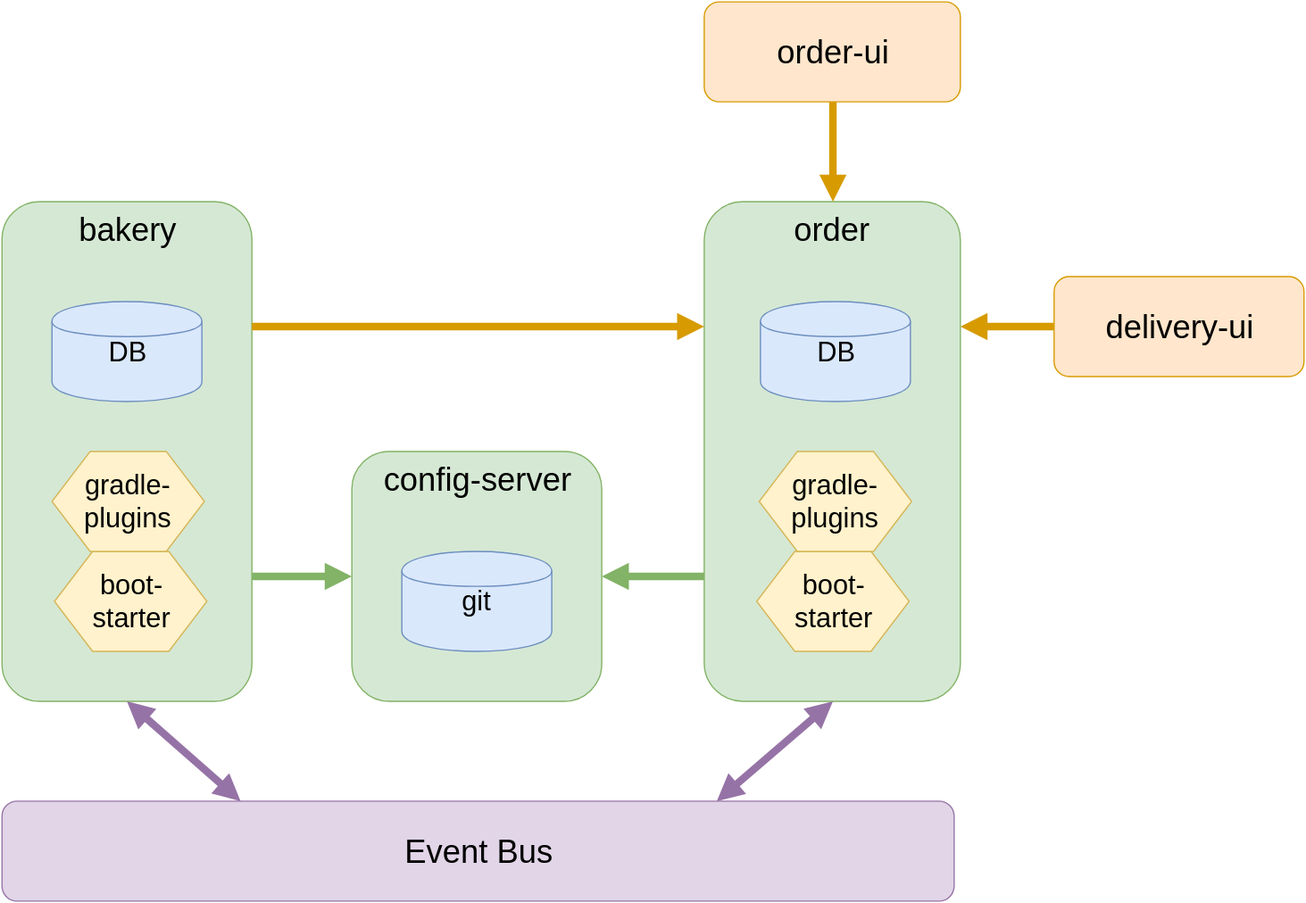
Earlier version of the draw.io export pizza-service-intro/img/epizza.svg (pk762/epizza). Source tidied: cells renumbered, new cells last; positions are measured from the earlier drawing's top-left corner, leaving out a move shared by most shapes.
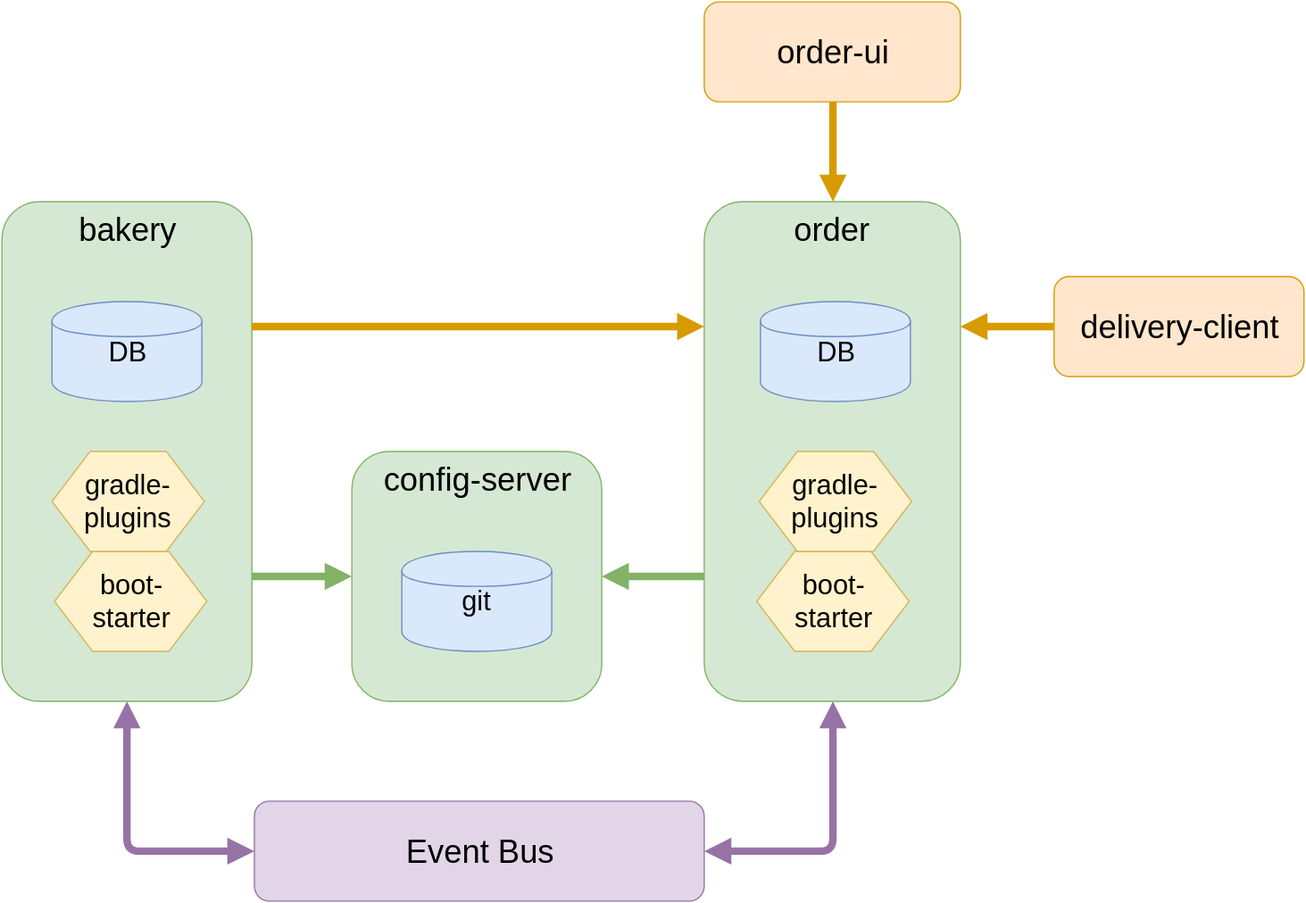
After the change.

Diff of the diagram source:
```diff
@@ -3,7 +3,7 @@
     <mxCell id="0" />
     <mxCell id="1" parent="0" />
     <mxCell id="2" value="Event Bus" style="rounded=1;whiteSpace=wrap;html=1;shadow=0;glass=0;fillColor=#e1d5e7;fontSize=26;strokeColor=#9673a6;" parent="1" vertex="1">
-      <mxGeometry y="640" width="762" height="80" as="geometry" />
+      <mxGeometry x="202" y="640" width="360" height="80" as="geometry" />
     </mxCell>
     <mxCell id="3" value="bakery" style="rounded=1;whiteSpace=wrap;html=1;shadow=0;glass=0;fillColor=#d5e8d4;fontSize=26;strokeColor=#82b366;verticalAlign=top;" parent="1" vertex="1">
       <mxGeometry y="160" width="200" height="400" as="geometry" />
@@ -29,7 +29,7 @@
     <mxCell id="10" value="boot-&lt;br&gt;starter" style="shape=hexagon;perimeter=hexagonPerimeter;whiteSpace=wrap;html=1;shadow=0;glass=0;fillColor=#fff2cc;fontSize=22;strokeColor=#d6b656;" parent="1" vertex="1">
       <mxGeometry x="42" y="440" width="122" height="80" as="geometry" />
     </mxCell>
-    <mxCell id="11" value="delivery-ui" style="rounded=1;whiteSpace=wrap;html=1;shadow=0;glass=0;fillColor=#ffe6cc;fontSize=26;strokeColor=#d79b00;" parent="1" vertex="1">
+    <mxCell id="11" value="delivery-client" style="rounded=1;whiteSpace=wrap;html=1;shadow=0;glass=0;fillColor=#ffe6cc;fontSize=26;strokeColor=#d79b00;" parent="1" vertex="1">
       <mxGeometry x="842" y="220" width="200" height="80" as="geometry" />
     </mxCell>
     <mxCell id="12" value="gradle-plugins" style="shape=hexagon;perimeter=hexagonPerimeter;whiteSpace=wrap;html=1;shadow=0;glass=0;fillColor=#fff2cc;fontSize=22;strokeColor=#d6b656;" parent="1" vertex="1">
@@ -41,11 +41,19 @@
     <mxCell id="14" value="gradle-plugins" style="shape=hexagon;perimeter=hexagonPerimeter;whiteSpace=wrap;html=1;shadow=0;glass=0;fillColor=#fff2cc;fontSize=22;strokeColor=#d6b656;" parent="1" vertex="1">
       <mxGeometry x="606" y="360" width="122" height="80" as="geometry" />
     </mxCell>
-    <mxCell id="15" style="endArrow=block;startArrow=block;html=1;shadow=0;strokeWidth=6;fontSize=22;entryX=0.5;entryY=1;exitX=0.25;exitY=0;fillColor=#e1d5e7;strokeColor=#9673a6;startFill=1;endFill=1;" parent="1" edge="1" source="2" target="3">
-      <mxGeometry relative="1" as="geometry" />
+    <mxCell id="15" style="endArrow=block;startArrow=block;html=1;shadow=0;strokeWidth=6;fontSize=22;entryX=0.5;entryY=1;exitX=0;exitY=0.5;fillColor=#e1d5e7;strokeColor=#9673a6;startFill=1;endFill=1;" parent="1" edge="1" source="2" target="3">
+      <mxGeometry relative="1" as="geometry">
+        <Array as="points">
+          <mxPoint x="100" y="680" />
+        </Array>
+      </mxGeometry>
     </mxCell>
-    <mxCell id="16" style="endArrow=block;startArrow=block;html=1;shadow=0;strokeWidth=6;fontSize=22;entryX=0.5;entryY=1;exitX=0.75;exitY=0;fillColor=#e1d5e7;strokeColor=#9673a6;endFill=1;startFill=1;" parent="1" edge="1" source="2" target="4">
-      <mxGeometry relative="1" as="geometry" />
+    <mxCell id="16" style="endArrow=block;startArrow=block;html=1;shadow=0;strokeWidth=6;fontSize=22;entryX=0.5;entryY=1;exitX=1;exitY=0.5;fillColor=#e1d5e7;strokeColor=#9673a6;endFill=1;startFill=1;" parent="1" edge="1" source="2" target="4">
+      <mxGeometry relative="1" as="geometry">
+        <Array as="points">
+          <mxPoint x="665" y="680" />
+        </Array>
+      </mxGeometry>
     </mxCell>
     <mxCell id="17" style="endArrow=block;html=1;shadow=0;strokeWidth=6;fontSize=22;exitX=1;exitY=0.75;entryX=0;entryY=0.5;fillColor=#d5e8d4;strokeColor=#82b366;endFill=1;" parent="1" edge="1" source="3" target="5">
       <mxGeometry relative="1" as="geometry" />
```
